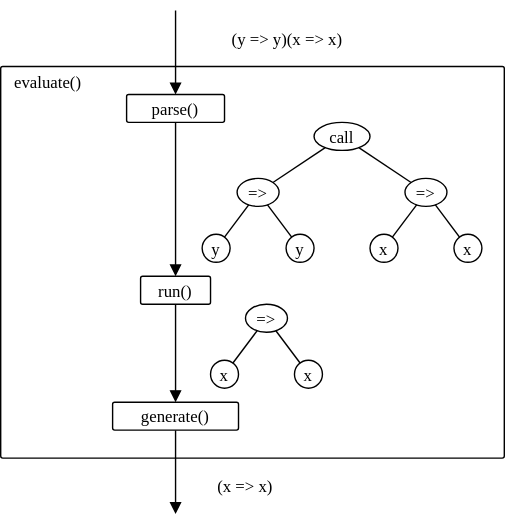
leafac/yocto-cfa keeps this draw.io diagram as dissertation/images/architecture.drawio.svg. Above is the earlier version. Source tidied: cells renumbered, new cells last; positions are measured from the earlier drawing's top-left corner, leaving out a move shared by most shapes.
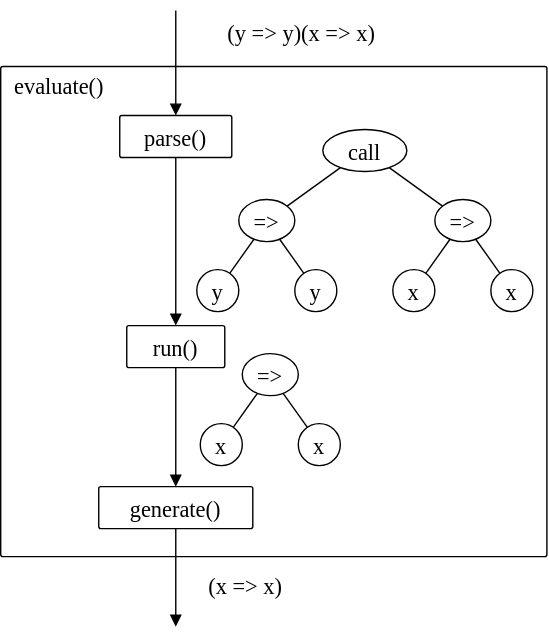
After the commit.

The edit, as a diff of the source:
```diff
@@ -2,105 +2,105 @@
   <root>
     <mxCell id="0" />
     <mxCell id="1" parent="0" />
-    <mxCell id="2" value="evaluate()" style="rounded=1;fontFamily=PT Mono;arcSize=3;absoluteArcSize=1;align=left;verticalAlign=top;spacing=0;spacingTop=0;spacingLeft=10;" parent="1" vertex="1">
-      <mxGeometry y="40" width="360" height="280" as="geometry" />
+    <mxCell id="2" value="evaluate()" style="rounded=1;fontFamily=PT Mono;arcSize=3;absoluteArcSize=1;align=left;verticalAlign=top;spacing=0;spacingTop=0;spacingLeft=10;fontSize=16;" parent="1" vertex="1">
+      <mxGeometry x="130" y="20" width="390" height="350" as="geometry" />
     </mxCell>
-    <mxCell id="3" value="parse()" style="rounded=1;fontFamily=PT Mono;arcSize=3;absoluteArcSize=1;" parent="1" vertex="1">
-      <mxGeometry x="90" y="60" width="70" height="20" as="geometry" />
+    <mxCell id="3" value="parse()" style="rounded=1;fontFamily=PT Mono;arcSize=3;absoluteArcSize=1;fontSize=16;spacing=1;" parent="1" vertex="1">
+      <mxGeometry x="215" y="55" width="80" height="30" as="geometry" />
     </mxCell>
-    <mxCell id="4" value="run()" style="rounded=1;fontFamily=PT Mono;arcSize=3;absoluteArcSize=1;" parent="1" vertex="1">
-      <mxGeometry x="100" y="190" width="50" height="20" as="geometry" />
+    <mxCell id="4" value="run()" style="rounded=1;fontFamily=PT Mono;arcSize=3;absoluteArcSize=1;fontSize=16;spacing=1;" parent="1" vertex="1">
+      <mxGeometry x="220" y="205" width="70" height="30" as="geometry" />
     </mxCell>
-    <mxCell id="5" style="edgeStyle=orthogonalEdgeStyle;rounded=0;jettySize=auto;html=1;fontFamily=PT Mono;endArrow=block;endFill=1;" parent="1" edge="1" source="3" target="4">
+    <mxCell id="5" style="edgeStyle=orthogonalEdgeStyle;rounded=0;jettySize=auto;html=1;fontFamily=PT Mono;endArrow=block;endFill=1;fontSize=16;" parent="1" edge="1" source="3" target="4">
       <mxGeometry relative="1" as="geometry" />
     </mxCell>
-    <mxCell id="6" style="edgeStyle=orthogonalEdgeStyle;rounded=0;jettySize=auto;html=1;exitX=0.5;exitY=1;exitDx=0;exitDy=0;fontFamily=PT Mono;endArrow=block;endFill=1;" parent="1" edge="1" source="7">
+    <mxCell id="6" style="edgeStyle=orthogonalEdgeStyle;rounded=0;jettySize=auto;html=1;exitX=0.5;exitY=1;exitDx=0;exitDy=0;fontFamily=PT Mono;endArrow=block;endFill=1;fontSize=16;" parent="1" edge="1" source="7">
       <mxGeometry relative="1" as="geometry">
-        <mxPoint x="125" y="360" as="targetPoint" />
+        <mxPoint x="255" y="420" as="targetPoint" />
       </mxGeometry>
     </mxCell>
-    <mxCell id="7" value="generate()" style="rounded=1;fontFamily=PT Mono;arcSize=3;absoluteArcSize=1;" parent="1" vertex="1">
-      <mxGeometry x="80" y="280" width="90" height="20" as="geometry" />
+    <mxCell id="7" value="generate()" style="rounded=1;fontFamily=PT Mono;arcSize=3;absoluteArcSize=1;fontSize=16;spacing=1;" parent="1" vertex="1">
+      <mxGeometry x="200" y="320" width="110" height="30" as="geometry" />
     </mxCell>
-    <mxCell id="8" style="edgeStyle=orthogonalEdgeStyle;rounded=0;jettySize=auto;html=1;fontFamily=PT Mono;endArrow=block;endFill=1;" parent="1" edge="1" source="4" target="7">
+    <mxCell id="8" style="edgeStyle=orthogonalEdgeStyle;rounded=0;jettySize=auto;html=1;fontFamily=PT Mono;endArrow=block;endFill=1;fontSize=16;" parent="1" edge="1" source="4" target="7">
       <mxGeometry relative="1" as="geometry" />
     </mxCell>
-    <mxCell id="9" style="endArrow=block;html=1;fontFamily=PT Mono;entryX=0.5;entryY=0;entryDx=0;entryDy=0;endFill=1;jumpStyle=none;comic=0;" parent="1" edge="1" target="3">
+    <mxCell id="9" style="endArrow=block;html=1;fontFamily=PT Mono;entryX=0.5;entryY=0;entryDx=0;entryDy=0;endFill=1;jumpStyle=none;comic=0;fontSize=16;" parent="1" edge="1" target="3">
       <mxGeometry relative="1" as="geometry">
-        <mxPoint x="125" as="sourcePoint" />
+        <mxPoint x="255" y="-20" as="sourcePoint" />
       </mxGeometry>
     </mxCell>
-    <mxCell id="10" value="(y =&gt; y)(x =&gt; x)" style="text;strokeColor=none;fillColor=none;align=center;verticalAlign=middle;rounded=0;fontFamily=PT Mono;labelBorderColor=none;spacing=0;" parent="1" vertex="1">
-      <mxGeometry x="140" y="10" width="130" height="20" as="geometry" />
+    <mxCell id="10" value="(y =&gt; y)(x =&gt; x)" style="text;strokeColor=none;fillColor=none;align=center;verticalAlign=middle;rounded=0;fontFamily=PT Mono;labelBorderColor=none;spacing=0;fontSize=16;" parent="1" vertex="1">
+      <mxGeometry x="260" y="-15" width="170" height="20" as="geometry" />
     </mxCell>
-    <mxCell id="11" style="group;" parent="1" vertex="1">
-      <mxGeometry x="144" y="80" width="200" height="100" as="geometry" />
+    <mxCell id="11" style="group;fontSize=16;spacing=1;" parent="1" vertex="1">
+      <mxGeometry x="260" y="55" width="260" height="150" as="geometry" />
     </mxCell>
-    <mxCell id="12" value="call" style="ellipse;fontFamily=PT Mono;" parent="11" vertex="1">
-      <mxGeometry x="80" width="40" height="20" as="geometry" />
+    <mxCell id="12" value="call" style="ellipse;fontFamily=PT Mono;fontSize=16;spacing=1;" parent="11" vertex="1">
+      <mxGeometry x="100" y="10" width="60" height="30" as="geometry" />
     </mxCell>
-    <mxCell id="13" value="=&gt;" style="ellipse;fontFamily=PT Mono;" parent="11" vertex="1">
-      <mxGeometry x="25" y="40" width="30" height="20" as="geometry" />
+    <mxCell id="13" value="=&gt;" style="ellipse;fontFamily=PT Mono;fontSize=16;spacing=1;" parent="11" vertex="1">
+      <mxGeometry x="40" y="60" width="40" height="30" as="geometry" />
     </mxCell>
-    <mxCell id="14" style="elbow=vertical;endArrow=none;endFill=0;fontFamily=PT Mono;" parent="11" edge="1" source="12" target="13">
+    <mxCell id="14" style="elbow=vertical;endArrow=none;endFill=0;fontFamily=PT Mono;fontSize=16;" parent="11" edge="1" source="12" target="13">
       <mxGeometry relative="1" as="geometry" />
     </mxCell>
-    <mxCell id="15" value="=&gt;" style="ellipse;fontFamily=PT Mono;" parent="11" vertex="1">
-      <mxGeometry x="145" y="40" width="30" height="20" as="geometry" />
+    <mxCell id="15" value="=&gt;" style="ellipse;fontFamily=PT Mono;fontSize=16;spacing=1;" parent="11" vertex="1">
+      <mxGeometry x="180" y="60" width="40" height="30" as="geometry" />
     </mxCell>
-    <mxCell id="16" style="elbow=vertical;endArrow=none;endFill=0;fontFamily=PT Mono;" parent="11" edge="1" source="12" target="15">
+    <mxCell id="16" style="elbow=vertical;endArrow=none;endFill=0;fontFamily=PT Mono;fontSize=16;" parent="11" edge="1" source="12" target="15">
       <mxGeometry relative="1" as="geometry" />
     </mxCell>
-    <mxCell id="17" value="y" style="ellipse;fontFamily=PT Mono;" parent="11" vertex="1">
-      <mxGeometry y="80" width="20" height="20" as="geometry" />
+    <mxCell id="17" value="y" style="ellipse;fontFamily=PT Mono;fontSize=16;spacing=1;" parent="11" vertex="1">
+      <mxGeometry x="10" y="110" width="30" height="30" as="geometry" />
     </mxCell>
-    <mxCell id="18" style="elbow=vertical;endArrow=none;endFill=0;fontFamily=PT Mono;" parent="11" edge="1" source="13" target="17">
+    <mxCell id="18" style="elbow=vertical;endArrow=none;endFill=0;fontFamily=PT Mono;fontSize=16;" parent="11" edge="1" source="13" target="17">
       <mxGeometry relative="1" as="geometry" />
     </mxCell>
-    <mxCell id="19" value="y" style="ellipse;fontFamily=PT Mono;" parent="11" vertex="1">
-      <mxGeometry x="60" y="80" width="20" height="20" as="geometry" />
+    <mxCell id="19" value="y" style="ellipse;fontFamily=PT Mono;fontSize=16;spacing=1;" parent="11" vertex="1">
+      <mxGeometry x="80" y="110" width="30" height="30" as="geometry" />
     </mxCell>
-    <mxCell id="20" style="elbow=vertical;endArrow=none;endFill=0;fontFamily=PT Mono;" parent="11" edge="1" source="13" target="19">
+    <mxCell id="20" style="elbow=vertical;endArrow=none;endFill=0;fontFamily=PT Mono;fontSize=16;" parent="11" edge="1" source="13" target="19">
       <mxGeometry relative="1" as="geometry" />
     </mxCell>
-    <mxCell id="21" value="x" style="ellipse;fontFamily=PT Mono;" parent="11" vertex="1">
-      <mxGeometry x="120" y="80" width="20" height="20" as="geometry" />
+    <mxCell id="21" value="x" style="ellipse;fontFamily=PT Mono;fontSize=16;spacing=1;" parent="11" vertex="1">
+      <mxGeometry x="150" y="110" width="30" height="30" as="geometry" />
     </mxCell>
-    <mxCell id="22" style="elbow=vertical;endArrow=none;endFill=0;fontFamily=PT Mono;" parent="11" edge="1" source="15" target="21">
+    <mxCell id="22" style="elbow=vertical;endArrow=none;endFill=0;fontFamily=PT Mono;fontSize=16;" parent="11" edge="1" source="15" target="21">
       <mxGeometry relative="1" as="geometry" />
     </mxCell>
-    <mxCell id="23" value="x" style="ellipse;fontFamily=PT Mono;" parent="11" vertex="1">
-      <mxGeometry x="180" y="80" width="20" height="20" as="geometry" />
+    <mxCell id="23" value="x" style="ellipse;fontFamily=PT Mono;fontSize=16;spacing=1;" parent="11" vertex="1">
+      <mxGeometry x="220" y="110" width="30" height="30" as="geometry" />
     </mxCell>
-    <mxCell id="24" style="elbow=vertical;endArrow=none;endFill=0;fontFamily=PT Mono;" parent="11" edge="1" source="15" target="23">
+    <mxCell id="24" style="elbow=vertical;endArrow=none;endFill=0;fontFamily=PT Mono;fontSize=16;" parent="11" edge="1" source="15" target="23">
       <mxGeometry relative="1" as="geometry" />
     </mxCell>
-    <mxCell id="25" style="group;" parent="1" vertex="1">
-      <mxGeometry x="150" y="230" width="80" height="60" as="geometry" />
+    <mxCell id="25" style="group;fontSize=16;spacing=1;" parent="1" vertex="1">
+      <mxGeometry x="282.5" y="250" width="85" height="60" as="geometry" />
     </mxCell>
-    <mxCell id="26" style="group;" parent="25" vertex="1">
-      <mxGeometry y="-20" width="80" height="60" as="geometry" />
+    <mxCell id="26" style="group;fontSize=16;spacing=1;" parent="25" vertex="1">
+      <mxGeometry x="-20" y="-35" width="120" height="100" as="geometry" />
     </mxCell>
-    <mxCell id="27" value="=&gt;" style="ellipse;fontFamily=PT Mono;" parent="26" vertex="1">
-      <mxGeometry x="25" width="30" height="20" as="geometry" />
+    <mxCell id="27" value="=&gt;" style="ellipse;fontFamily=PT Mono;fontSize=16;spacing=1;" parent="26" vertex="1">
+      <mxGeometry x="40" y="10" width="40" height="30" as="geometry" />
     </mxCell>
-    <mxCell id="28" value="x" style="ellipse;fontFamily=PT Mono;" parent="26" vertex="1">
-      <mxGeometry y="40" width="20" height="20" as="geometry" />
+    <mxCell id="28" value="x" style="ellipse;fontFamily=PT Mono;fontSize=16;spacing=1;" parent="26" vertex="1">
+      <mxGeometry x="10" y="60" width="30" height="30" as="geometry" />
     </mxCell>
-    <mxCell id="29" style="elbow=vertical;endArrow=none;endFill=0;fontFamily=PT Mono;" parent="26" edge="1" source="27" target="28">
+    <mxCell id="29" style="elbow=vertical;endArrow=none;endFill=0;fontFamily=PT Mono;fontSize=16;" parent="26" edge="1" source="27" target="28">
       <mxGeometry relative="1" as="geometry" />
     </mxCell>
-    <mxCell id="30" value="x" style="ellipse;fontFamily=PT Mono;" parent="26" vertex="1">
-      <mxGeometry x="60" y="40" width="20" height="20" as="geometry" />
+    <mxCell id="30" value="x" style="ellipse;fontFamily=PT Mono;fontSize=16;spacing=1;" parent="26" vertex="1">
+      <mxGeometry x="80" y="60" width="30" height="30" as="geometry" />
     </mxCell>
-    <mxCell id="31" style="elbow=vertical;endArrow=none;endFill=0;fontFamily=PT Mono;" parent="26" edge="1" source="27" target="30">
+    <mxCell id="31" style="elbow=vertical;endArrow=none;endFill=0;fontFamily=PT Mono;fontSize=16;" parent="26" edge="1" source="27" target="30">
       <mxGeometry relative="1" as="geometry" />
     </mxCell>
-    <mxCell id="32" style="edgeStyle=none;rounded=0;comic=0;jumpStyle=none;orthogonalLoop=1;jettySize=auto;html=1;exitX=0.5;exitY=1;exitDx=0;exitDy=0;endArrow=none;endFill=0;fontFamily=PT Mono;" parent="1" edge="1" source="10" target="10">
+    <mxCell id="32" style="edgeStyle=none;rounded=0;comic=0;jumpStyle=none;orthogonalLoop=1;jettySize=auto;html=1;exitX=0.5;exitY=1;exitDx=0;exitDy=0;endArrow=none;endFill=0;fontFamily=PT Mono;fontSize=16;" parent="1" edge="1" source="10" target="10">
       <mxGeometry relative="1" as="geometry" />
     </mxCell>
-    <mxCell id="33" value="(x =&gt; x)" style="text;strokeColor=none;fillColor=none;align=center;verticalAlign=middle;rounded=0;fontFamily=PT Mono;labelBorderColor=none;spacing=0;" parent="1" vertex="1">
-      <mxGeometry x="140" y="330" width="70" height="20" as="geometry" />
+    <mxCell id="33" value="(x =&gt; x)" style="text;strokeColor=none;fillColor=none;align=center;verticalAlign=middle;rounded=0;fontFamily=PT Mono;labelBorderColor=none;spacing=0;fontSize=16;" parent="1" vertex="1">
+      <mxGeometry x="260" y="380" width="90" height="20" as="geometry" />
     </mxCell>
   </root>
 </mxGraphModel>
```
